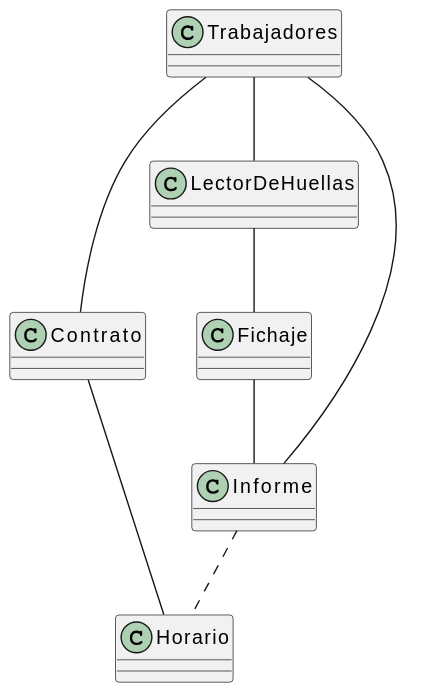
Earlier version of the PlantUML export imagenes/modelosUML/modeloDelDominio/diagramaClases/mdd002.svg (mmasias/23-24-IdSw1-SDR).
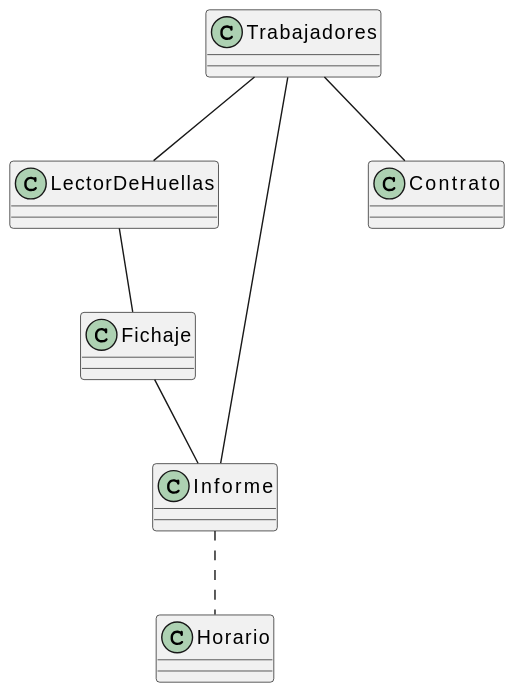
The same file after the commit.

Diff of the diagram source:
```diff
@@ -1,35 +1,25 @@
 @startuml
-class Contrato {
+class Trabajadores{
 
 }
-
-class Horario {
+class LectorDeHuellas{
+}
+class Fichaje{
 
 }
-
-class Trabajadores {
+class Informe{
+}
+class Horario{
 
 }
-
-class LectorDeHuellas {
-
-}
-
-class Fichaje {
-
-}
-
-class Informe {
-
+class Contrato{
 }
 
 
-
-Contrato  -- Horario
-Trabajadores  --  Contrato
-Trabajadores  -- LectorDeHuellas
-LectorDeHuellas  -- Fichaje
-Fichaje  -- Informe
+Trabajadores -- Contrato
+Trabajadores -- LectorDeHuellas
+LectorDeHuellas -- Fichaje
+Fichaje -- Informe
+Informe .. Horario
 Trabajadores -- Informe
-Informe .. Horario
 @enduml
```
